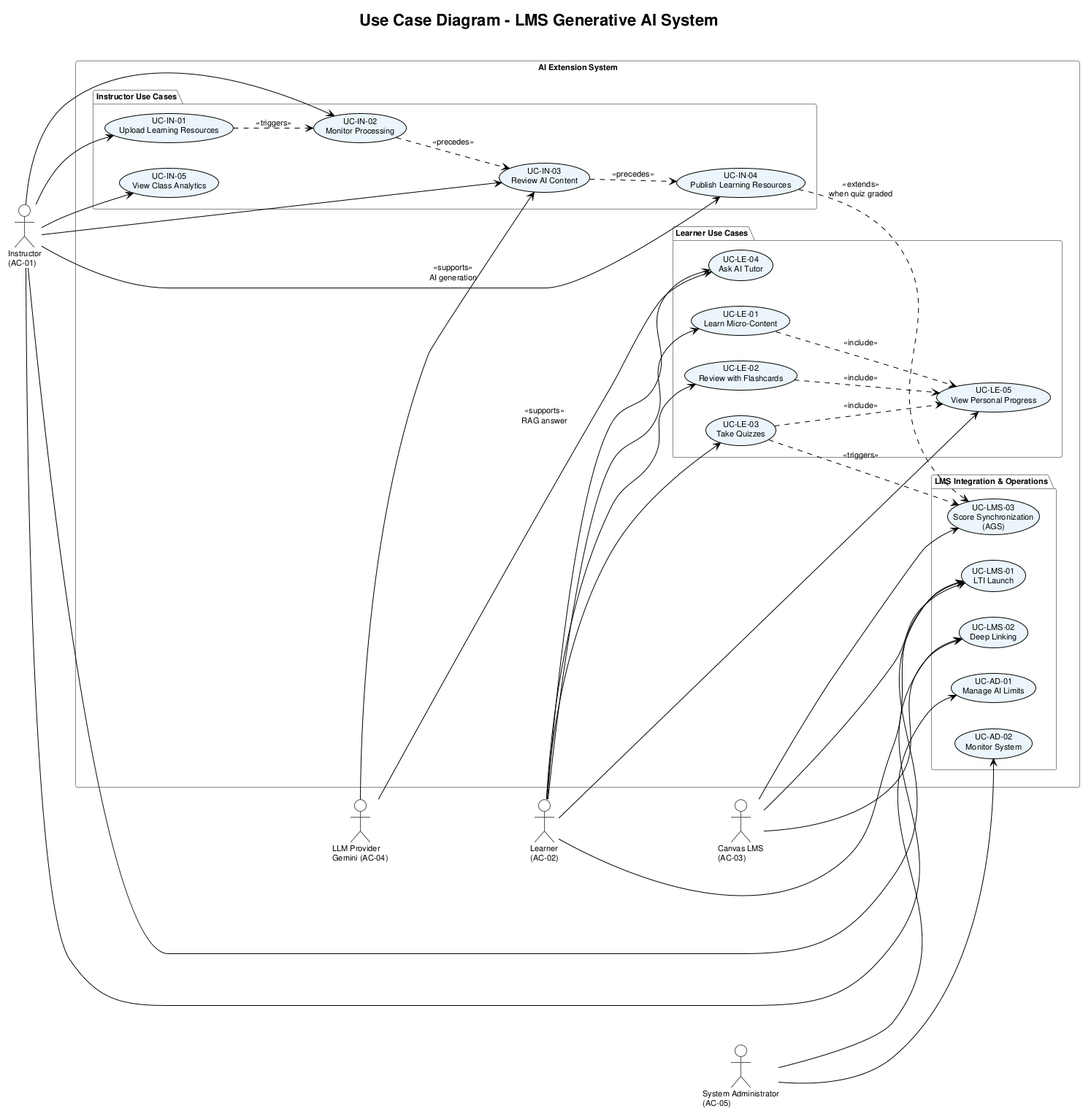
252-DA/report keeps this PlantUML diagram as lvtn_en/diagrams/usecase_diagram.png. Above is the earlier version. Its diagram source:
```plantuml
@startuml usecase_diagram
!theme plain
skinparam defaultFontName Arial
skinparam defaultFontSize 11
skinparam UsecaseBackgroundColor #EBF5FB
skinparam ActorBorderColor #555555
skinparam PackageBorderColor #888888

title Use Case Diagram - LMS Generative AI System

left to right direction

actor "Instructor\n(AC-01)" as Instructor
actor "Learner\n(AC-02)" as Learner
actor "System Administrator\n(AC-05)" as Admin
actor "Canvas LMS\n(AC-03)" as Canvas
actor "LLM Provider\nGemini (AC-04)" as LLM

rectangle "AI Extension System" {

    package "LMS Integration & Operations" {
        usecase "UC-LMS-01\nLTI Launch" as UC_Launch
        usecase "UC-LMS-02\nDeep Linking" as UC_DeepLink
        usecase "UC-LMS-03\nScore Synchronization\n(AGS)" as UC_AGS
        usecase "UC-AD-01\nManage AI Limits" as UC_Quota
        usecase "UC-AD-02\nMonitor System" as UC_Ops
    }

    package "Instructor Use Cases" {
        usecase "UC-IN-01\nUpload Learning Resources" as UC_Upload
        usecase "UC-IN-02\nMonitor Processing" as UC_Watch
        usecase "UC-IN-03\nReview AI Content" as UC_Review
        usecase "UC-IN-04\nPublish Learning Resources" as UC_Publish
        usecase "UC-IN-05\nView Class Analytics" as UC_Analytics
    }

    package "Learner Use Cases" {
        usecase "UC-LE-01\nLearn Micro-Content" as UC_Learn
        usecase "UC-LE-02\nReview with Flashcards" as UC_Flash
        usecase "UC-LE-03\nTake Quizzes" as UC_Quiz
        usecase "UC-LE-04\nAsk AI Tutor" as UC_Chat
        usecase "UC-LE-05\nView Personal Progress" as UC_Progress
    }
}

Instructor --> UC_Launch
Learner --> UC_Launch
Canvas --> UC_Launch

Instructor --> UC_Upload
Instructor --> UC_Watch
Instructor --> UC_Review
Instructor --> UC_Publish
Instructor --> UC_Analytics
Instructor --> UC_DeepLink

Learner --> UC_Learn
Learner --> UC_Flash
Learner --> UC_Quiz
Learner --> UC_Chat
Learner --> UC_Progress

Admin --> UC_Quota
Admin --> UC_Ops

Canvas --> UC_DeepLink
Canvas --> UC_AGS
LLM --> UC_Review : <<supports>>\nAI generation
LLM --> UC_Chat : <<supports>>\nRAG answer

UC_Upload ..> UC_Watch : <<triggers>>
UC_Watch ..> UC_Review : <<precedes>>
UC_Review ..> UC_Publish : <<precedes>>
UC_Publish ..> UC_AGS : <<extends>>\nwhen quiz graded
UC_Quiz ..> UC_AGS : <<triggers>>
UC_Quiz ..> UC_Progress : <<include>>
UC_Learn ..> UC_Progress : <<include>>
UC_Flash ..> UC_Progress : <<include>>

@enduml
```
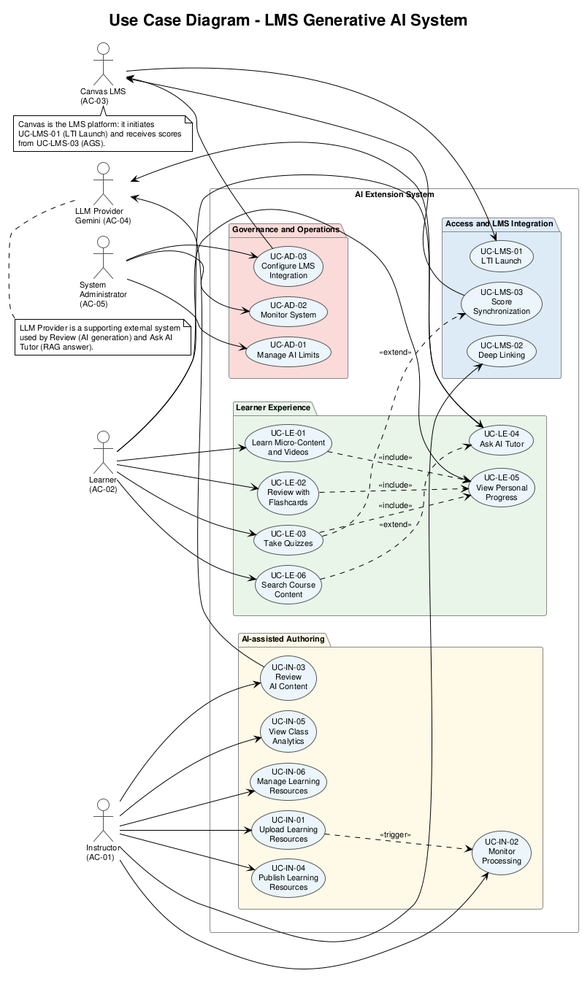
Above is the later version.

The edit, as a diff of the source:
```diff
@@ -3,8 +3,11 @@
 skinparam defaultFontName Arial
 skinparam defaultFontSize 11
 skinparam UsecaseBackgroundColor #EBF5FB
+skinparam UsecaseBorderColor #555555
 skinparam ActorBorderColor #555555
 skinparam PackageBorderColor #888888
+skinparam ranksep 18
+skinparam nodesep 14
 
 title Use Case Diagram - LMS Generative AI System
 
@@ -12,46 +15,52 @@
 
 actor "Instructor\n(AC-01)" as Instructor
 actor "Learner\n(AC-02)" as Learner
-actor "System Administrator\n(AC-05)" as Admin
-actor "Canvas LMS\n(AC-03)" as Canvas
-actor "LLM Provider\nGemini (AC-04)" as LLM
+actor "System\nAdministrator\n(AC-05)" as Admin
 
 rectangle "AI Extension System" {
 
-    package "LMS Integration & Operations" {
+    package "Access and LMS Integration" #DDEBF7 {
         usecase "UC-LMS-01\nLTI Launch" as UC_Launch
         usecase "UC-LMS-02\nDeep Linking" as UC_DeepLink
-        usecase "UC-LMS-03\nScore Synchronization\n(AGS)" as UC_AGS
+        usecase "UC-LMS-03\nScore\nSynchronization" as UC_AGS
+    }
+
+    together {
+        package "AI-assisted Authoring" #FEF9E7 {
+            usecase "UC-IN-01\nUpload Learning\nResources" as UC_Upload
+            usecase "UC-IN-02\nMonitor\nProcessing" as UC_Watch
+            usecase "UC-IN-03\nReview\nAI Content" as UC_Review
+            usecase "UC-IN-04\nPublish Learning\nResources" as UC_Publish
+            usecase "UC-IN-05\nView Class\nAnalytics" as UC_Analytics
+            usecase "UC-IN-06\nManage Learning\nResources" as UC_Manage
+        }
+
+        package "Learner Experience" #E8F5E9 {
+            usecase "UC-LE-01\nLearn Micro-Content\nand Videos" as UC_Learn
+            usecase "UC-LE-02\nReview with\nFlashcards" as UC_Flash
+            usecase "UC-LE-03\nTake Quizzes" as UC_Quiz
+            usecase "UC-LE-04\nAsk AI Tutor" as UC_Chat
+            usecase "UC-LE-05\nView Personal\nProgress" as UC_Progress
+            usecase "UC-LE-06\nSearch Course\nContent" as UC_Search
+        }
+    }
+
+    package "Governance and Operations" #FADBD8 {
         usecase "UC-AD-01\nManage AI Limits" as UC_Quota
         usecase "UC-AD-02\nMonitor System" as UC_Ops
-    }
-
-    package "Instructor Use Cases" {
-        usecase "UC-IN-01\nUpload Learning Resources" as UC_Upload
-        usecase "UC-IN-02\nMonitor Processing" as UC_Watch
-        usecase "UC-IN-03\nReview AI Content" as UC_Review
-        usecase "UC-IN-04\nPublish Learning Resources" as UC_Publish
-        usecase "UC-IN-05\nView Class Analytics" as UC_Analytics
-    }
-
-    package "Learner Use Cases" {
-        usecase "UC-LE-01\nLearn Micro-Content" as UC_Learn
-        usecase "UC-LE-02\nReview with Flashcards" as UC_Flash
-        usecase "UC-LE-03\nTake Quizzes" as UC_Quiz
-        usecase "UC-LE-04\nAsk AI Tutor" as UC_Chat
-        usecase "UC-LE-05\nView Personal Progress" as UC_Progress
+        usecase "UC-AD-03\nConfigure LMS\nIntegration" as UC_LMSConfig
     }
 }
 
-Instructor --> UC_Launch
-Learner --> UC_Launch
-Canvas --> UC_Launch
+actor "Canvas LMS\n(AC-03)" as Canvas
+actor "LLM Provider\nGemini (AC-04)" as LLM
 
 Instructor --> UC_Upload
 Instructor --> UC_Watch
 Instructor --> UC_Review
 Instructor --> UC_Publish
 Instructor --> UC_Analytics
+Instructor --> UC_Manage
 Instructor --> UC_DeepLink
 
 Learner --> UC_Learn
@@ -59,22 +68,35 @@
 Learner --> UC_Quiz
 Learner --> UC_Chat
 Learner --> UC_Progress
+Learner --> UC_Search
 
 Admin --> UC_Quota
 Admin --> UC_Ops
+Admin --> UC_LMSConfig
 
-Canvas --> UC_DeepLink
-Canvas --> UC_AGS
-LLM --> UC_Review : <<supports>>\nAI generation
-LLM --> UC_Chat : <<supports>>\nRAG answer
+Canvas --> UC_Launch
+Canvas <-- UC_AGS
+Canvas <-- UC_LMSConfig
+LLM <-- UC_Review
+LLM <-- UC_Chat
 
-UC_Upload ..> UC_Watch : <<triggers>>
-UC_Watch ..> UC_Review : <<precedes>>
-UC_Review ..> UC_Publish : <<precedes>>
-UC_Publish ..> UC_AGS : <<extends>>\nwhen quiz graded
-UC_Quiz ..> UC_AGS : <<triggers>>
-UC_Quiz ..> UC_Progress : <<include>>
-UC_Learn ..> UC_Progress : <<include>>
-UC_Flash ..> UC_Progress : <<include>>
+UC_Upload ..> UC_Watch  : <<trigger>>
+UC_Quiz   ..> UC_AGS    : <<extend>>
+UC_Quiz   ..> UC_Progress : <<include>>
+UC_Learn  ..> UC_Progress : <<include>>
+UC_Flash  ..> UC_Progress : <<include>>
+UC_Search ..> UC_Chat : <<extend>>
+
+note bottom of Canvas
+  Canvas is the LMS platform: it initiates
+  UC-LMS-01 (LTI Launch) and receives scores
+  from UC-LMS-03 (AGS).
+end note
+
+note bottom of LLM
+  LLM Provider is a supporting external system
+  used by Review (AI generation) and Ask AI
+  Tutor (RAG answer).
+end note
 
 @enduml
```
